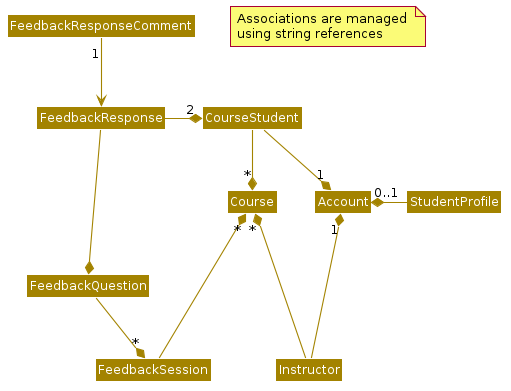
Before: diagrams/StorageClassDiagram.png, a diagram exported from PlantUML (wkurniawan07/repo). Its source is kept beside it as diagrams/StorageClassDiagram.puml. The source it was exported from:
```plantuml
@startuml
!include diagrams/style.puml
skinparam arrowThickness 1.1
skinparam arrowColor STORAGE_COLOR
skinparam classBackgroundColor STORAGE_COLOR

class FeedbackResponseComment
class FeedbackResponse
class CourseStudent
class FeedbackQuestion
class Course
class Account
class FeedbackSession
class StudentProfile
class Instructor

note "Associations are managed \nusing string references" as note1
FeedbackResponseComment "1" --> FeedbackResponse
FeedbackResponse -up--* FeedbackQuestion
FeedbackResponse -left--* "2" CourseStudent
CourseStudent --* "*" Course
CourseStudent --* "1" Account
FeedbackQuestion --* "*" FeedbackSession
FeedbackSession -down--* "*" Course
Instructor -down--* "*" Course
Instructor -down--* "1" Account
StudentProfile -right--* "0..1" Account

@enduml
```
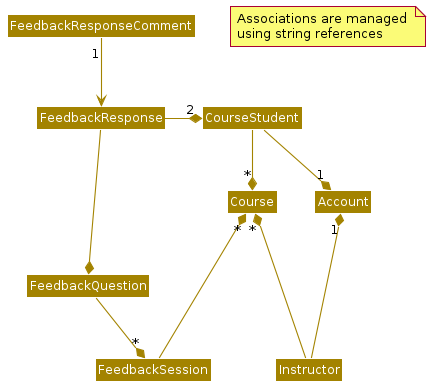
After the commit.

What changed in the source:
```diff
@@ -11,7 +11,6 @@
 class Course
 class Account
 class FeedbackSession
-class StudentProfile
 class Instructor
 
 note "Associations are managed \nusing string references" as note1
@@ -24,6 +23,5 @@
 FeedbackSession -down--* "*" Course
 Instructor -down--* "*" Course
 Instructor -down--* "1" Account
-StudentProfile -right--* "0..1" Account
 
 @enduml
```
